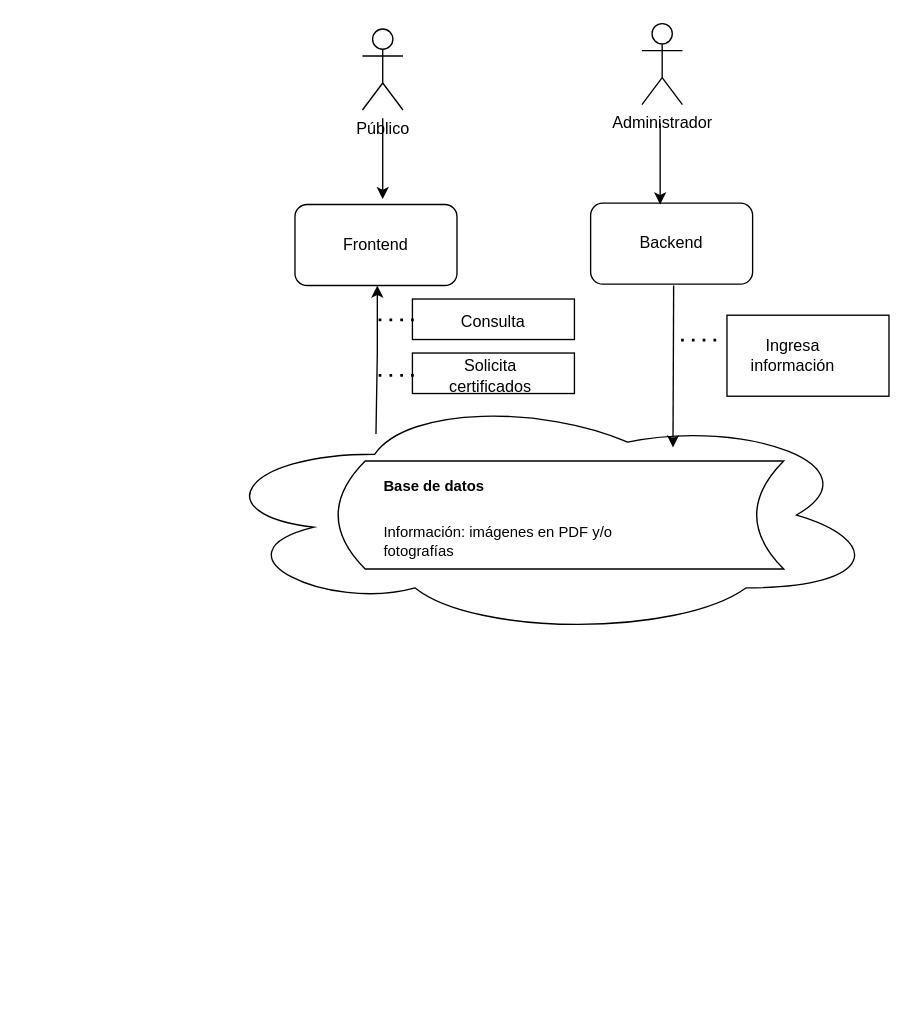
Earlier version of the draw.io diagram Diagrama sin título.drawio (DiegoBenjumeaDeveloper/Agendamiento). Source tidied: cells renumbered, new cells numbered last; positions are measured from the earlier drawing's top-left corner, leaving out a move shared by most shapes. Both pictures are drawn from the tidied source at 135%, with x=0, y=0 at pixel (77, 23).
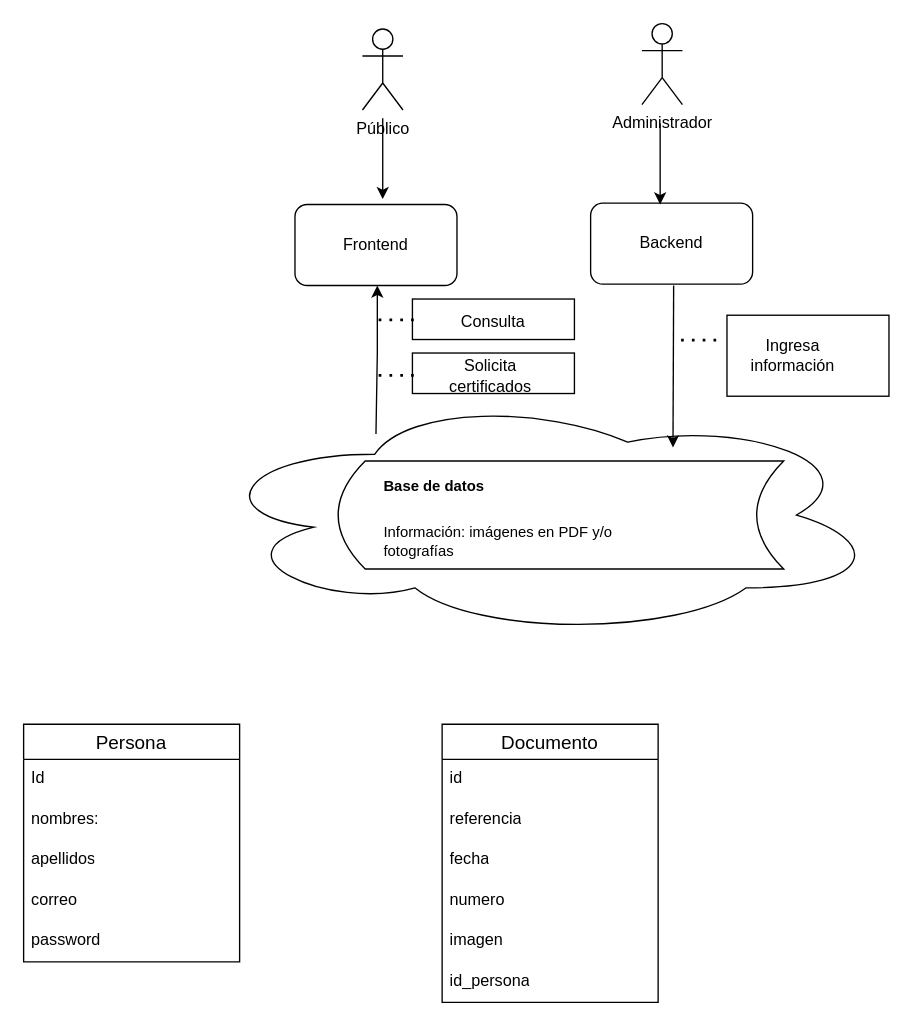
The same page after the edit.

Diff of the diagram source:
```diff
@@
+    <mxCell id="28" value="Documento" style="swimlane;fontStyle=0;horizontal=1;startSize=26;align=center;fontSize=14;" parent="1" vertex="1">
+      <mxGeometry x="270" y="519" width="160" height="206" as="geometry" />
+    </mxCell>
+    <mxCell id="29" value="id" style="text;strokeColor=none;fillColor=none;spacingLeft=4;spacingRight=4;overflow=hidden;fontSize=12;whiteSpace=wrap;html=1;" parent="28" vertex="1">
+      <mxGeometry y="26" width="160" height="30" as="geometry" />
+    </mxCell>
+    <mxCell id="30" value="referencia" style="text;strokeColor=none;fillColor=none;spacingLeft=4;spacingRight=4;overflow=hidden;fontSize=12;whiteSpace=wrap;html=1;" parent="28" vertex="1">
+      <mxGeometry y="56" width="160" height="30" as="geometry" />
+    </mxCell>
+    <mxCell id="31" value="fecha" style="text;strokeColor=none;fillColor=none;spacingLeft=4;spacingRight=4;overflow=hidden;fontSize=12;whiteSpace=wrap;html=1;" parent="28" vertex="1">
+      <mxGeometry y="86" width="160" height="30" as="geometry" />
+    </mxCell>
+    <mxCell id="32" value="numero" style="text;strokeColor=none;fillColor=none;spacingLeft=4;spacingRight=4;overflow=hidden;fontSize=12;whiteSpace=wrap;html=1;" parent="28" vertex="1">
+      <mxGeometry y="116" width="160" height="30" as="geometry" />
+    </mxCell>
+    <mxCell id="33" value="imagen" style="text;strokeColor=none;fillColor=none;spacingLeft=4;spacingRight=4;overflow=hidden;fontSize=12;whiteSpace=wrap;html=1;" parent="28" vertex="1">
+      <mxGeometry y="146" width="160" height="30" as="geometry" />
+    </mxCell>
+    <mxCell id="34" value="id_persona" style="text;strokeColor=none;fillColor=none;spacingLeft=4;spacingRight=4;overflow=hidden;fontSize=12;whiteSpace=wrap;html=1;" parent="28" vertex="1">
+      <mxGeometry y="176" width="160" height="30" as="geometry" />
+    </mxCell>
+    <mxCell id="35" value="Persona" style="swimlane;fontStyle=0;horizontal=1;startSize=26;align=center;fontSize=14;" parent="1" vertex="1">
+      <mxGeometry x="-40" y="519" width="160" height="176" as="geometry" />
+    </mxCell>
+    <mxCell id="36" value="Id" style="text;strokeColor=none;fillColor=none;spacingLeft=4;spacingRight=4;overflow=hidden;fontSize=12;whiteSpace=wrap;html=1;" parent="35" vertex="1">
+      <mxGeometry y="26" width="160" height="30" as="geometry" />
+    </mxCell>
+    <mxCell id="37" value="nombres:" style="text;strokeColor=none;fillColor=none;spacingLeft=4;spacingRight=4;overflow=hidden;fontSize=12;whiteSpace=wrap;html=1;" parent="35" vertex="1">
+      <mxGeometry y="56" width="160" height="30" as="geometry" />
+    </mxCell>
+    <mxCell id="38" value="apellidos" style="text;strokeColor=none;fillColor=none;spacingLeft=4;spacingRight=4;overflow=hidden;fontSize=12;whiteSpace=wrap;html=1;" parent="35" vertex="1">
+      <mxGeometry y="86" width="160" height="30" as="geometry" />
+    </mxCell>
+    <mxCell id="39" value="correo" style="text;strokeColor=none;fillColor=none;spacingLeft=4;spacingRight=4;overflow=hidden;fontSize=12;whiteSpace=wrap;html=1;" parent="35" vertex="1">
+      <mxGeometry y="116" width="160" height="30" as="geometry" />
+    </mxCell>
+    <mxCell id="40" value="password" style="text;strokeColor=none;fillColor=none;spacingLeft=4;spacingRight=4;overflow=hidden;fontSize=12;whiteSpace=wrap;html=1;" parent="35" vertex="1">
+      <mxGeometry y="146" width="160" height="30" as="geometry" />
+    </mxCell>
```
